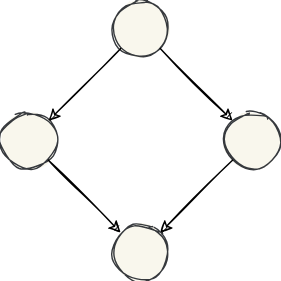
Earlier version of the draw.io export lectures/figures/progress_control_flow_2.drawio.svg (pintergreg/software-engineering). Source tidied: cells renumbered, new cells last; positions are measured from the earlier drawing's top-left corner, leaving out a move shared by most shapes.
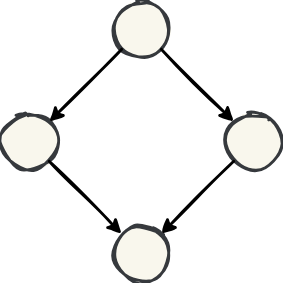
Above is the later version.

Commit message:
Make lines thicker GH-47

The edit, as a diff of the source:
```diff
@@ -2,28 +2,28 @@
   <root>
     <mxCell id="0" />
     <mxCell id="1" parent="0" />
-    <mxCell id="2" style="ellipse;whiteSpace=wrap;html=1;sketch=1;curveFitting=1;jiggle=1;fillColor=#f9f7ed;strokeColor=#36393d;fillStyle=solid;" parent="1" vertex="1">
+    <mxCell id="2" style="ellipse;whiteSpace=wrap;html=1;sketch=1;curveFitting=1;jiggle=1;fillColor=#f9f7ed;strokeColor=#36393d;fillStyle=solid;strokeWidth=2;" parent="1" vertex="1">
       <mxGeometry x="80" width="40" height="40" as="geometry" />
     </mxCell>
-    <mxCell id="3" style="ellipse;whiteSpace=wrap;html=1;sketch=1;curveFitting=1;jiggle=1;fillColor=#f9f7ed;strokeColor=#36393d;fillStyle=solid;" parent="1" vertex="1">
+    <mxCell id="3" style="ellipse;whiteSpace=wrap;html=1;sketch=1;curveFitting=1;jiggle=1;fillColor=#f9f7ed;strokeColor=#36393d;fillStyle=solid;strokeWidth=2;" parent="1" vertex="1">
       <mxGeometry y="80" width="40" height="40" as="geometry" />
     </mxCell>
-    <mxCell id="4" style="ellipse;whiteSpace=wrap;html=1;sketch=1;curveFitting=1;jiggle=1;fillColor=#f9f7ed;strokeColor=#36393d;fillStyle=solid;" parent="1" vertex="1">
+    <mxCell id="4" style="ellipse;whiteSpace=wrap;html=1;sketch=1;curveFitting=1;jiggle=1;fillColor=#f9f7ed;strokeColor=#36393d;fillStyle=solid;strokeWidth=2;" parent="1" vertex="1">
       <mxGeometry x="160" y="80" width="40" height="40" as="geometry" />
     </mxCell>
-    <mxCell id="5" style="endArrow=classic;html=1;rounded=0;sketch=1;curveFitting=1;jiggle=1;" parent="1" edge="1" source="2" target="4">
+    <mxCell id="5" style="endArrow=classic;html=1;rounded=0;sketch=1;curveFitting=1;jiggle=1;strokeWidth=2;" parent="1" edge="1" source="2" target="4">
       <mxGeometry relative="1" as="geometry" />
     </mxCell>
-    <mxCell id="6" style="endArrow=classic;html=1;rounded=0;sketch=1;curveFitting=1;jiggle=1;" parent="1" edge="1" source="2" target="3">
+    <mxCell id="6" style="endArrow=classic;html=1;rounded=0;sketch=1;curveFitting=1;jiggle=1;strokeWidth=2;" parent="1" edge="1" source="2" target="3">
       <mxGeometry relative="1" as="geometry" />
     </mxCell>
-    <mxCell id="7" style="ellipse;whiteSpace=wrap;html=1;sketch=1;curveFitting=1;jiggle=1;fillStyle=solid;fillColor=#f9f7ed;strokeColor=#36393d;" parent="1" vertex="1">
+    <mxCell id="7" style="ellipse;whiteSpace=wrap;html=1;sketch=1;curveFitting=1;jiggle=1;fillStyle=solid;fillColor=#f9f7ed;strokeColor=#36393d;strokeWidth=2;" parent="1" vertex="1">
       <mxGeometry x="80" y="160" width="40" height="40" as="geometry" />
     </mxCell>
-    <mxCell id="8" style="endArrow=classic;html=1;rounded=0;sketch=1;curveFitting=1;jiggle=1;" parent="1" edge="1" source="3" target="7">
+    <mxCell id="8" style="endArrow=classic;html=1;rounded=0;sketch=1;curveFitting=1;jiggle=1;strokeWidth=2;" parent="1" edge="1" source="3" target="7">
       <mxGeometry relative="1" as="geometry" />
     </mxCell>
-    <mxCell id="9" style="endArrow=classic;html=1;rounded=0;sketch=1;curveFitting=1;jiggle=1;" parent="1" edge="1" source="4" target="7">
+    <mxCell id="9" style="endArrow=classic;html=1;rounded=0;sketch=1;curveFitting=1;jiggle=1;strokeWidth=2;" parent="1" edge="1" source="4" target="7">
       <mxGeometry relative="1" as="geometry" />
     </mxCell>
   </root>
```
